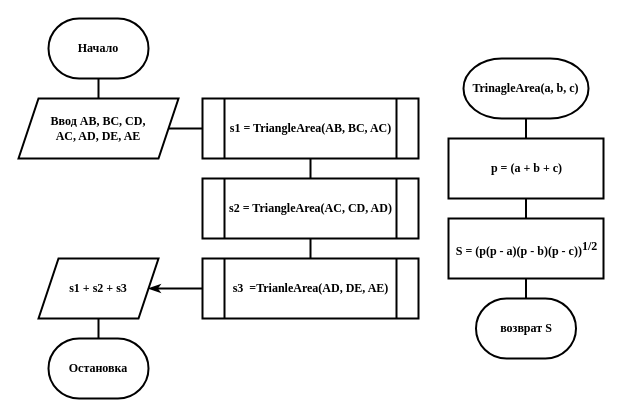
Above: Example 9.drawio in lenferer/draw.io (draw.io), before the change. Source tidied: cells renumbered, new cells numbered last; positions are measured from the earlier drawing's top-left corner, leaving out a move shared by most shapes. Both pictures are drawn from the tidied source at 100%, with x=0, y=0 at pixel (18, 18).
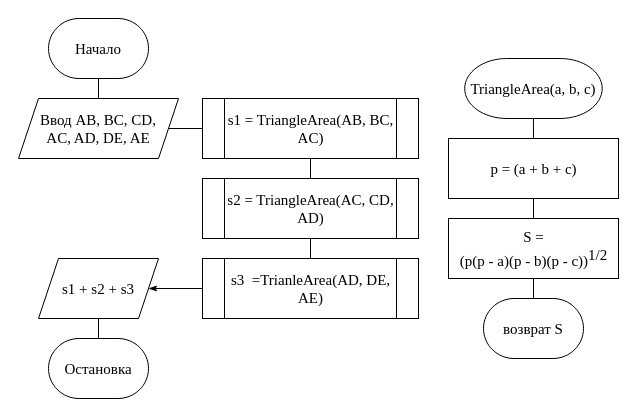
The same diagram, later.

What changed in the source:
```diff
@@
-    <mxCell id="2" value="Начало" style="strokeWidth=2;html=1;shape=mxgraph.flowchart.terminator;whiteSpace=wrap;fontFamily=Times New Roman;fontSize=12;fontStyle=1;" parent="1" vertex="1">
+    <mxCell id="2" value="Начало" style="strokeWidth=1;html=1;shape=mxgraph.flowchart.terminator;whiteSpace=wrap;fontFamily=Times New Roman;fontSize=15;fontStyle=0;" parent="1" vertex="1">
       <mxGeometry x="30" width="100" height="60" as="geometry" />
     </mxCell>
-    <mxCell id="3" value="Ввод AB, BC, CD,&lt;br style=&quot;font-size: 12px;&quot;&gt;AC, AD, DE, AE" style="shape=parallelogram;perimeter=parallelogramPerimeter;whiteSpace=wrap;html=1;fixedSize=1;strokeWidth=2;fontFamily=Times New Roman;fontSize=12;fontStyle=1;" parent="1" vertex="1">
+    <mxCell id="3" value="Ввод AB, BC, CD,&lt;br style=&quot;font-size: 15px;&quot;&gt;AC, AD, DE, AE" style="shape=parallelogram;perimeter=parallelogramPerimeter;whiteSpace=wrap;html=1;fixedSize=1;strokeWidth=1;fontFamily=Times New Roman;fontSize=15;fontStyle=0;" parent="1" vertex="1">
       <mxGeometry y="80" width="160" height="60" as="geometry" />
     </mxCell>
-    <mxCell id="4" value="s1 = TriangleArea(AB, BC, AC)" style="shape=process;whiteSpace=wrap;html=1;backgroundOutline=1;strokeWidth=2;fontFamily=Times New Roman;fontSize=12;fontStyle=1;" parent="1" vertex="1">
+    <mxCell id="4" value="s1 = TriangleArea(AB, BC, AC)" style="shape=process;whiteSpace=wrap;html=1;backgroundOutline=1;strokeWidth=1;fontFamily=Times New Roman;fontSize=15;fontStyle=0;" parent="1" vertex="1">
       <mxGeometry x="184" y="80" width="216" height="60" as="geometry" />
     </mxCell>
-    <mxCell id="5" value="s1 + s2 + s3" style="shape=parallelogram;perimeter=parallelogramPerimeter;whiteSpace=wrap;html=1;fixedSize=1;strokeWidth=2;fontFamily=Times New Roman;fontSize=12;fontStyle=1;" parent="1" vertex="1">
+    <mxCell id="5" value="s1 + s2 + s3" style="shape=parallelogram;perimeter=parallelogramPerimeter;whiteSpace=wrap;html=1;fixedSize=1;strokeWidth=1;fontFamily=Times New Roman;fontSize=15;fontStyle=0;" parent="1" vertex="1">
       <mxGeometry x="20" y="240" width="120" height="60" as="geometry" />
     </mxCell>
-    <mxCell id="6" value="Остановка" style="strokeWidth=2;html=1;shape=mxgraph.flowchart.terminator;whiteSpace=wrap;fontFamily=Times New Roman;fontSize=12;fontStyle=1;" parent="1" vertex="1">
+    <mxCell id="6" value="Остановка" style="strokeWidth=1;html=1;shape=mxgraph.flowchart.terminator;whiteSpace=wrap;fontFamily=Times New Roman;fontSize=15;fontStyle=0;" parent="1" vertex="1">
       <mxGeometry x="30" y="320" width="100" height="60" as="geometry" />
     </mxCell>
-    <mxCell id="7" value="TrinagleArea(a, b, c)" style="strokeWidth=2;html=1;shape=mxgraph.flowchart.terminator;whiteSpace=wrap;fontFamily=Times New Roman;fontSize=12;fontStyle=1;" parent="1" vertex="1">
-      <mxGeometry x="445" y="40" width="125" height="60" as="geometry" />
+    <mxCell id="7" value="TriangleArea(a, b, c)" style="strokeWidth=1;html=1;shape=mxgraph.flowchart.terminator;whiteSpace=wrap;fontFamily=Times New Roman;fontSize=15;fontStyle=0;" parent="1" vertex="1">
+      <mxGeometry x="446.2" y="40" width="137.5" height="60" as="geometry" />
     </mxCell>
-    <mxCell id="8" value="возврат S" style="strokeWidth=2;html=1;shape=mxgraph.flowchart.terminator;whiteSpace=wrap;fontFamily=Times New Roman;fontSize=12;fontStyle=1;" parent="1" vertex="1">
-      <mxGeometry x="457.5" y="280" width="100" height="60" as="geometry" />
+    <mxCell id="8" value="возврат S" style="strokeWidth=1;html=1;shape=mxgraph.flowchart.terminator;whiteSpace=wrap;fontFamily=Times New Roman;fontSize=15;fontStyle=0;" parent="1" vertex="1">
+      <mxGeometry x="465" y="280" width="100" height="60" as="geometry" />
     </mxCell>
-    <mxCell id="9" value="p = (a + b + c)" style="html=1;dashed=0;whitespace=wrap;strokeWidth=2;fontFamily=Times New Roman;fontSize=12;fontStyle=1;" parent="1" vertex="1">
-      <mxGeometry x="430" y="120" width="155" height="60" as="geometry" />
+    <mxCell id="9" value="p = (a + b + c)" style="html=1;dashed=0;whitespace=wrap;strokeWidth=1;fontFamily=Times New Roman;fontSize=15;fontStyle=0;" parent="1" vertex="1">
+      <mxGeometry x="430" y="120" width="170" height="60" as="geometry" />
     </mxCell>
-    <mxCell id="10" value="S = (p(p - a)(p - b)(p - c))&lt;sup style=&quot;font-size: 12px;&quot;&gt;1/2&lt;/sup&gt;" style="html=1;dashed=0;whitespace=wrap;strokeWidth=2;fontFamily=Times New Roman;fontSize=12;fontStyle=1;" parent="1" vertex="1">
-      <mxGeometry x="430" y="200" width="155" height="60" as="geometry" />
+    <mxCell id="10" value="&lt;div style=&quot;font-size: 15px;&quot;&gt;S = &lt;br style=&quot;font-size: 15px;&quot;&gt;&lt;/div&gt;&lt;div style=&quot;font-size: 15px;&quot;&gt;(p(p - a)(p - b)(p - c))&lt;sup style=&quot;font-size: 15px;&quot;&gt;1/2&lt;/sup&gt;&lt;/div&gt;" style="html=1;dashed=0;whitespace=wrap;strokeWidth=1;fontFamily=Times New Roman;fontSize=15;fontStyle=0;" parent="1" vertex="1">
+      <mxGeometry x="430" y="200" width="170" height="60" as="geometry" />
     </mxCell>
-    <mxCell id="11" value="s2 = TriangleArea(AC, CD, AD)" style="shape=process;whiteSpace=wrap;html=1;backgroundOutline=1;strokeWidth=2;fontFamily=Times New Roman;fontSize=12;fontStyle=1;" parent="1" vertex="1">
+    <mxCell id="11" value="s2 = TriangleArea(AC, CD, AD)" style="shape=process;whiteSpace=wrap;html=1;backgroundOutline=1;strokeWidth=1;fontFamily=Times New Roman;fontSize=15;fontStyle=0;" parent="1" vertex="1">
       <mxGeometry x="184" y="160" width="216" height="60" as="geometry" />
     </mxCell>
-    <mxCell id="12" value="s3&amp;nbsp; =TrianleArea(AD, DE, AE)" style="shape=process;whiteSpace=wrap;html=1;backgroundOutline=1;strokeWidth=2;fontFamily=Times New Roman;fontSize=12;fontStyle=1;" parent="1" vertex="1">
+    <mxCell id="12" value="s3&amp;nbsp; =TrianleArea(AD, DE, AE)" style="shape=process;whiteSpace=wrap;html=1;backgroundOutline=1;strokeWidth=1;fontFamily=Times New Roman;fontSize=15;fontStyle=0;" parent="1" vertex="1">
       <mxGeometry x="184" y="240" width="216" height="60" as="geometry" />
     </mxCell>
-    <mxCell id="13" style="endArrow=none;html=1;entryX=0.5;entryY=1;entryDx=0;entryDy=0;entryPerimeter=0;exitX=0.5;exitY=0;exitDx=0;exitDy=0;strokeWidth=2;fontFamily=Times New Roman;fontSize=12;fontStyle=1;" parent="1" edge="1" source="3" target="2">
+    <mxCell id="13" style="endArrow=none;html=1;entryX=0.5;entryY=1;entryDx=0;entryDy=0;entryPerimeter=0;exitX=0.5;exitY=0;exitDx=0;exitDy=0;strokeWidth=1;fontFamily=Times New Roman;fontSize=15;fontStyle=0;" parent="1" edge="1" source="3" target="2">
       <mxGeometry relative="1" as="geometry" />
     </mxCell>
-    <mxCell id="14" style="endArrow=none;html=1;entryX=1;entryY=0.5;entryDx=0;entryDy=0;exitX=0;exitY=0.5;exitDx=0;exitDy=0;strokeWidth=2;fontFamily=Times New Roman;fontSize=12;fontStyle=1;" parent="1" edge="1" source="4" target="3">
+    <mxCell id="14" style="endArrow=none;html=1;entryX=1;entryY=0.5;entryDx=0;entryDy=0;exitX=0;exitY=0.5;exitDx=0;exitDy=0;strokeWidth=1;fontFamily=Times New Roman;fontSize=15;fontStyle=0;" parent="1" edge="1" source="4" target="3">
       <mxGeometry relative="1" as="geometry" />
     </mxCell>
-    <mxCell id="15" style="endArrow=none;html=1;entryX=0.5;entryY=1;entryDx=0;entryDy=0;exitX=0.5;exitY=0;exitDx=0;exitDy=0;strokeWidth=2;fontFamily=Times New Roman;fontSize=12;fontStyle=1;" parent="1" edge="1" source="11" target="4">
+    <mxCell id="15" style="endArrow=none;html=1;entryX=0.5;entryY=1;entryDx=0;entryDy=0;exitX=0.5;exitY=0;exitDx=0;exitDy=0;strokeWidth=1;fontFamily=Times New Roman;fontSize=15;fontStyle=0;" parent="1" edge="1" source="11" target="4">
       <mxGeometry relative="1" as="geometry" />
     </mxCell>
-    <mxCell id="16" style="endArrow=none;html=1;entryX=0.5;entryY=1;entryDx=0;entryDy=0;exitX=0.5;exitY=0;exitDx=0;exitDy=0;strokeWidth=2;fontFamily=Times New Roman;fontSize=12;fontStyle=1;" parent="1" edge="1" source="12" target="11">
+    <mxCell id="16" style="endArrow=none;html=1;entryX=0.5;entryY=1;entryDx=0;entryDy=0;exitX=0.5;exitY=0;exitDx=0;exitDy=0;strokeWidth=1;fontFamily=Times New Roman;fontSize=15;fontStyle=0;" parent="1" edge="1" source="12" target="11">
       <mxGeometry relative="1" as="geometry" />
     </mxCell>
-    <mxCell id="17" style="endArrow=none;html=1;exitX=0.5;exitY=0;exitDx=0;exitDy=0;exitPerimeter=0;strokeWidth=2;fontFamily=Times New Roman;fontSize=12;fontStyle=1;" parent="1" edge="1" source="6" target="5">
+    <mxCell id="17" style="endArrow=none;html=1;exitX=0.5;exitY=0;exitDx=0;exitDy=0;exitPerimeter=0;strokeWidth=1;fontFamily=Times New Roman;fontSize=15;fontStyle=0;" parent="1" edge="1" source="6" target="5">
       <mxGeometry relative="1" as="geometry" />
     </mxCell>
-    <mxCell id="18" style="endArrow=none;html=1;entryX=0.5;entryY=1;entryDx=0;entryDy=0;entryPerimeter=0;strokeWidth=2;fontFamily=Times New Roman;fontSize=12;fontStyle=1;" parent="1" edge="1" source="9" target="7">
+    <mxCell id="18" style="endArrow=none;html=1;entryX=0.5;entryY=1;entryDx=0;entryDy=0;entryPerimeter=0;strokeWidth=1;fontFamily=Times New Roman;fontSize=15;fontStyle=0;" parent="1" edge="1" source="9" target="7">
       <mxGeometry relative="1" as="geometry" />
     </mxCell>
-    <mxCell id="19" style="endArrow=none;html=1;entryX=0.5;entryY=1;entryDx=0;entryDy=0;exitX=0.5;exitY=0;exitDx=0;exitDy=0;strokeWidth=2;fontFamily=Times New Roman;fontSize=12;fontStyle=1;" parent="1" edge="1" source="10" target="9">
+    <mxCell id="19" style="endArrow=none;html=1;entryX=0.5;entryY=1;entryDx=0;entryDy=0;exitX=0.5;exitY=0;exitDx=0;exitDy=0;strokeWidth=1;fontFamily=Times New Roman;fontSize=15;fontStyle=0;" parent="1" edge="1" source="10" target="9">
       <mxGeometry relative="1" as="geometry" />
     </mxCell>
-    <mxCell id="20" style="endArrow=none;html=1;entryX=0.5;entryY=1;entryDx=0;entryDy=0;exitX=0.5;exitY=0;exitDx=0;exitDy=0;exitPerimeter=0;strokeWidth=2;fontFamily=Times New Roman;fontSize=12;fontStyle=1;" parent="1" edge="1" source="8" target="10">
+    <mxCell id="20" style="endArrow=none;html=1;entryX=0.5;entryY=1;entryDx=0;entryDy=0;exitX=0.5;exitY=0;exitDx=0;exitDy=0;exitPerimeter=0;strokeWidth=1;fontFamily=Times New Roman;fontSize=15;fontStyle=0;" parent="1" edge="1" source="8" target="10">
       <mxGeometry relative="1" as="geometry" />
     </mxCell>
-    <mxCell id="21" style="endArrow=classicThin;html=1;entryX=1;entryY=0.5;entryDx=0;entryDy=0;exitX=0;exitY=0.5;exitDx=0;exitDy=0;strokeWidth=2;endFill=1;fontFamily=Times New Roman;fontSize=12;fontStyle=1;" parent="1" edge="1" source="12" target="5">
+    <mxCell id="21" style="endArrow=classicThin;html=1;entryX=1;entryY=0.5;entryDx=0;entryDy=0;exitX=0;exitY=0.5;exitDx=0;exitDy=0;strokeWidth=1;endFill=1;fontFamily=Times New Roman;fontSize=15;fontStyle=0;" parent="1" edge="1" source="12" target="5">
       <mxGeometry relative="1" as="geometry" />
     </mxCell>
```
